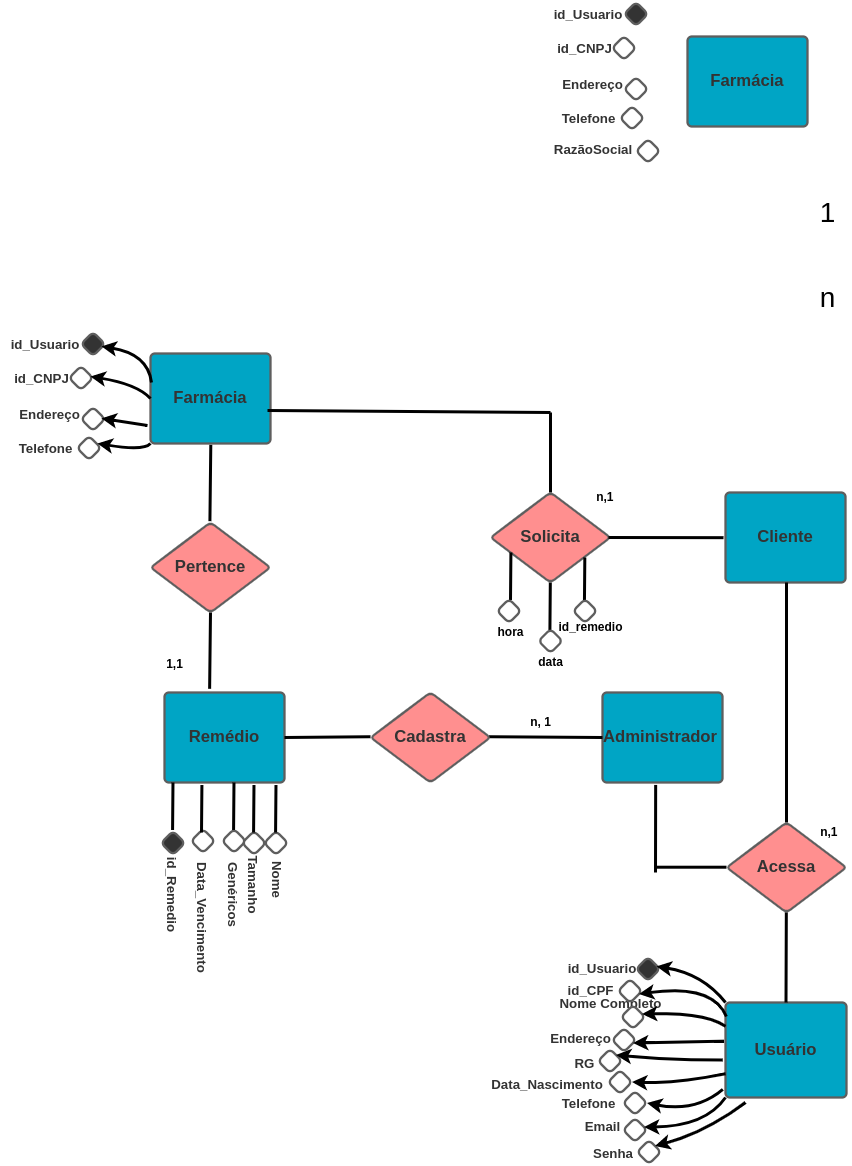
Above: docs/img/er.drawio.png in ICEI-PUC-Minas-PMV-ADS/pmv-ads-2022-2-e3-proj-mov-t4-farmafast (draw.io), before the change. Source tidied: cells renumbered, new cells last; positions are measured from the earlier drawing's top-left corner, leaving out a move shared by most shapes.
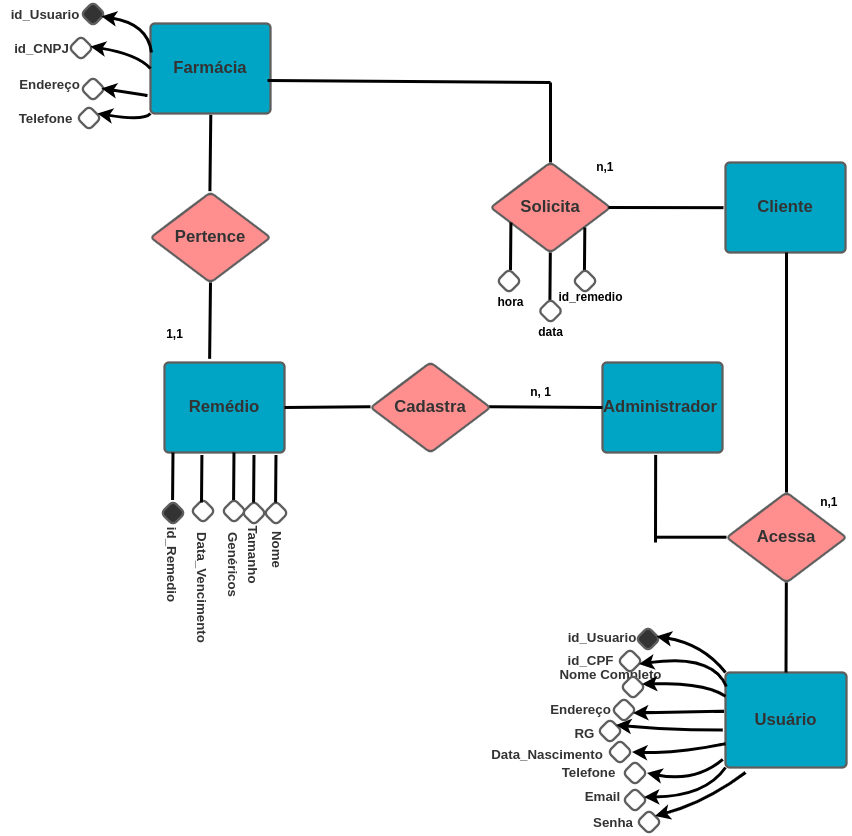
Later version of the same file.

Change to the diagram source:
```diff
@@ -2,54 +2,21 @@
   <root>
     <mxCell id="0" />
     <mxCell id="1" parent="0" />
-    <mxCell id="2" value="id_Usuario&#10;" style="html=1;overflow=block;blockSpacing=1;whiteSpace=wrap;fontSize=13.3;fontColor=#333333;fontStyle=1;spacing=0;fillColor=#ffffff;strokeWidth=1.5;strokeColor=none;" parent="1" vertex="1">
-      <mxGeometry x="543" y="1" width="90" height="15" as="geometry" />
-    </mxCell>
     <mxCell id="3" value="Nome Completo&#10;" style="html=1;overflow=block;blockSpacing=1;whiteSpace=wrap;fontSize=13.3;fontColor=#333333;fontStyle=1;spacing=0;fillColor=#ffffff;strokeWidth=1.5;strokeColor=none;" parent="1" vertex="1">
       <mxGeometry x="543" y="991" width="135" height="17" as="geometry" />
     </mxCell>
     <mxCell id="4" value="Data_Nascimento&#10;" style="html=1;overflow=block;blockSpacing=1;whiteSpace=wrap;fontSize=13.3;fontColor=#333333;fontStyle=1;spacing=0;fillColor=#ffffff;strokeWidth=1.5;strokeColor=none;" parent="1" vertex="1">
       <mxGeometry x="468" y="1071" width="158" height="18" as="geometry" />
     </mxCell>
-    <mxCell id="5" value="Telefone&#10;" style="html=1;overflow=block;blockSpacing=1;whiteSpace=wrap;fontSize=13.3;fontColor=#333333;fontStyle=1;spacing=0;fillColor=#ffffff;strokeWidth=1.5;strokeColor=none;" parent="1" vertex="1">
-      <mxGeometry x="547" y="105" width="83" height="15" as="geometry" />
-    </mxCell>
     <mxCell id="6" value="Senha&#10;" style="html=1;overflow=block;blockSpacing=1;whiteSpace=wrap;fontSize=13.3;fontColor=#333333;fontStyle=1;spacing=0;fillColor=#ffffff;strokeWidth=1.5;strokeColor=none;" parent="1" vertex="1">
       <mxGeometry x="579" y="1140" width="68" height="19" as="geometry" />
     </mxCell>
     <mxCell id="7" value="Email&#10;" style="html=1;overflow=block;blockSpacing=1;whiteSpace=wrap;fontSize=13.3;fontColor=#333333;fontStyle=1;spacing=0;fillColor=#ffffff;strokeWidth=1.5;strokeColor=none;" parent="1" vertex="1">
       <mxGeometry x="575" y="1113" width="55" height="22" as="geometry" />
     </mxCell>
-    <mxCell id="8" value="Endereço&#10;" style="html=1;overflow=block;blockSpacing=1;whiteSpace=wrap;fontSize=13.3;fontColor=#333333;fontStyle=1;spacing=0;fillColor=#ffffff;strokeWidth=1.5;strokeColor=none;" parent="1" vertex="1">
-      <mxGeometry x="555" y="71" width="75" height="15" as="geometry" />
-    </mxCell>
     <mxCell id="9" value="RG&#10;" style="html=1;overflow=block;blockSpacing=1;whiteSpace=wrap;fontSize=13.3;fontColor=#333333;fontStyle=1;spacing=0;fillColor=#ffffff;strokeWidth=1.5;strokeColor=none;" parent="1" vertex="1">
       <mxGeometry x="557" y="1050" width="55" height="21" as="geometry" />
     </mxCell>
-    <mxCell id="10" value="RazãoSocial&#10;" style="html=1;overflow=block;blockSpacing=1;whiteSpace=wrap;fontSize=13.3;fontColor=#333333;fontStyle=1;spacing=0;fillColor=#ffffff;strokeWidth=1.5;strokeColor=none;" parent="1" vertex="1">
-      <mxGeometry x="533" y="136" width="120" height="25" as="geometry" />
-    </mxCell>
-    <mxCell id="11" value="id_CNPJ&#10;" style="html=1;overflow=block;blockSpacing=1;whiteSpace=wrap;fontSize=13.3;fontColor=#333333;fontStyle=1;spacing=0;fillColor=#ffffff;strokeWidth=1.5;strokeColor=none;" parent="1" vertex="1">
-      <mxGeometry x="547" y="35" width="75" height="15" as="geometry" />
-    </mxCell>
-    <mxCell id="12" value="&lt;b&gt;Farmácia&lt;/b&gt;" style="html=1;overflow=block;blockSpacing=1;whiteSpace=wrap;fontSize=16.7;fontColor=#333333;spacing=9;strokeColor=#5e5e5e;strokeOpacity=100;fillOpacity=100;rounded=1;absoluteArcSize=1;arcSize=9;fillColor=#00a5c5;strokeWidth=2.3;" parent="1" vertex="1">
-      <mxGeometry x="687" y="31" width="120" height="90" as="geometry" />
-    </mxCell>
-    <mxCell id="13" style="html=1;overflow=block;blockSpacing=1;whiteSpace=wrap;fontSize=13;spacing=9;verticalAlign=middle;strokeColor=#5e5e5e;strokeOpacity=100;fillOpacity=100;rounded=1;absoluteArcSize=1;arcSize=9;rotation=45;fillColor=#333333;strokeWidth=2.3;" parent="1" vertex="1">
-      <mxGeometry x="627" width="17" height="17" as="geometry" />
-    </mxCell>
-    <mxCell id="14" style="html=1;overflow=block;blockSpacing=1;whiteSpace=wrap;fontSize=13;spacing=9;verticalAlign=middle;strokeColor=#5e5e5e;strokeOpacity=100;fillOpacity=100;rounded=1;absoluteArcSize=1;arcSize=9;rotation=45;fillColor=#ffffff;strokeWidth=2.3;" parent="1" vertex="1">
-      <mxGeometry x="615" y="34" width="17" height="17" as="geometry" />
-    </mxCell>
-    <mxCell id="15" style="html=1;overflow=block;blockSpacing=1;whiteSpace=wrap;fontSize=13;spacing=9;verticalAlign=middle;strokeColor=#5e5e5e;strokeOpacity=100;fillOpacity=100;rounded=1;absoluteArcSize=1;arcSize=9;rotation=45;fillColor=#ffffff;strokeWidth=2.3;" parent="1" vertex="1">
-      <mxGeometry x="627" y="75" width="17" height="17" as="geometry" />
-    </mxCell>
-    <mxCell id="16" style="html=1;overflow=block;blockSpacing=1;whiteSpace=wrap;fontSize=13;spacing=9;verticalAlign=middle;strokeColor=#5e5e5e;strokeOpacity=100;fillOpacity=100;rounded=1;absoluteArcSize=1;arcSize=9;rotation=45;fillColor=#ffffff;strokeWidth=2.3;" parent="1" vertex="1">
-      <mxGeometry x="623" y="104" width="17" height="17" as="geometry" />
-    </mxCell>
-    <mxCell id="17" style="html=1;overflow=block;blockSpacing=1;whiteSpace=wrap;fontSize=13;spacing=9;verticalAlign=middle;strokeColor=#5e5e5e;strokeOpacity=100;fillOpacity=100;rounded=1;absoluteArcSize=1;arcSize=9;rotation=45;fillColor=#ffffff;strokeWidth=2.3;" parent="1" vertex="1">
-      <mxGeometry x="639" y="137" width="17" height="17" as="geometry" />
-    </mxCell>
     <mxCell id="18" value="Endereço&#10;" style="html=1;overflow=block;blockSpacing=1;whiteSpace=wrap;fontSize=13.3;fontColor=#333333;fontStyle=1;spacing=0;fillColor=#ffffff;strokeWidth=1.5;strokeColor=none;" parent="1" vertex="1">
       <mxGeometry x="543" y="1026" width="75" height="15" as="geometry" />
     </mxCell>
@@ -173,12 +140,6 @@
         <mxPoint x="233.5" y="777" as="targetPoint" />
       </mxGeometry>
     </mxCell>
-    <mxCell id="53" value="n" style="text;html=1;align=center;verticalAlign=middle;strokeColor=none;fillColor=none;fontSize=28;" parent="1" vertex="1">
-      <mxGeometry x="807" y="267" width="40" height="50" as="geometry" />
-    </mxCell>
-    <mxCell id="54" value="1" style="text;html=1;align=center;verticalAlign=middle;strokeColor=none;fillColor=none;fontSize=28;" parent="1" vertex="1">
-      <mxGeometry x="807" y="182" width="40" height="50" as="geometry" />
-    </mxCell>
     <mxCell id="55" value="id_Usuario&#10;" style="html=1;overflow=block;blockSpacing=1;whiteSpace=wrap;fontSize=13.3;fontColor=#333333;fontStyle=1;spacing=0;fillColor=#ffffff;strokeWidth=1.5;strokeColor=none;" parent="1" vertex="1">
       <mxGeometry y="331" width="90" height="15" as="geometry" />
     </mxCell>
```
